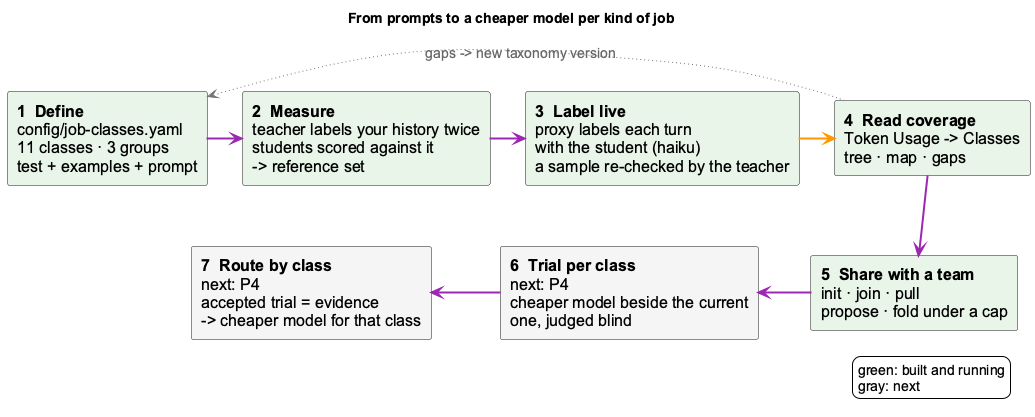
fwornle/coding keeps this PlantUML diagram as docs-content/images/job-class-lifecycle.png. Above is the earlier version. Its diagram source:
```plantuml
@startuml job-class-lifecycle
!include _standard-style.puml
skinparam defaultFontSize 16
skinparam componentFontSize 16
skinparam arrowFontSize 14
skinparam shadowing false
skinparam componentStyle rectangle
hide stereotype
title From prompts to a cheaper model per kind of job

component "**1  Define**\nconfig/job-classes.yaml\n11 classes · 3 groups\ntest + examples + prompt" as define <<core>>
component "**2  Measure**\nteacher labels your history twice\nstudents scored against it\n-> reference set" as measure <<core>>
component "**3  Label live**\nproxy labels each turn\nwith the student (haiku)\na sample re-checked by the teacher" as live <<core>>
component "**4  Read coverage**\nToken Usage -> Classes\ntree · map · gaps" as read <<core>>
component "**5  Share with a team**\ninit · join · pull\npropose · fold under a cap" as share <<core>>
component "**6  Trial per class**\nnext: P4\ncheaper model beside the current\none, judged blind" as trial <<external>>
component "**7  Route by class**\nnext: P4\naccepted trial = evidence\n-> cheaper model for that class" as route <<external>>

define -[#9C27B0,thickness=2]right-> measure
measure -[#9C27B0,thickness=2]right-> live
live -[#FF9800,thickness=2]right-> read
read -[#9C27B0,thickness=2]down-> share
share -[#9C27B0,thickness=2]left-> trial
trial -[#9C27B0,thickness=2]left-> route
define -[hidden]down- route
read -[#757575,thickness=1,dotted,norank]-> define : gaps -> new taxonomy version

legend right
  green: built and running
  gray: next
endlegend
@enduml
```
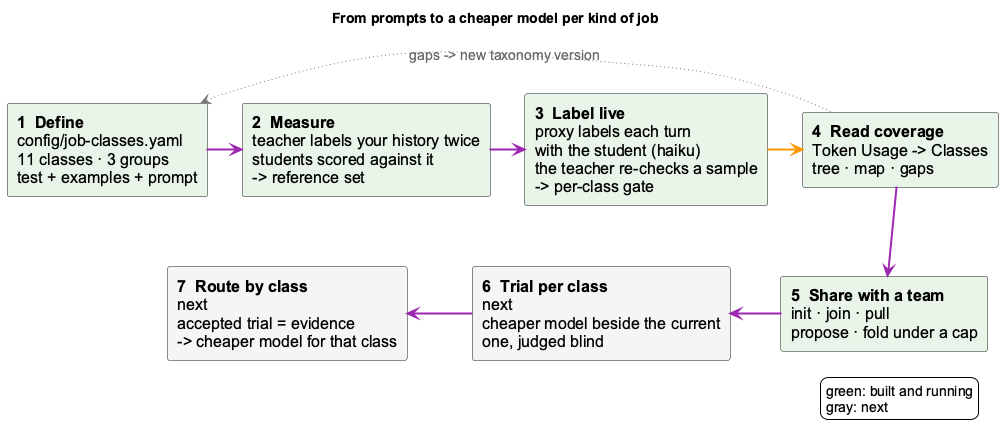
Later version of the same file.

Change to the diagram source:
```diff
@@ -10,11 +10,11 @@
 
 component "**1  Define**\nconfig/job-classes.yaml\n11 classes · 3 groups\ntest + examples + prompt" as define <<core>>
 component "**2  Measure**\nteacher labels your history twice\nstudents scored against it\n-> reference set" as measure <<core>>
-component "**3  Label live**\nproxy labels each turn\nwith the student (haiku)\na sample re-checked by the teacher" as live <<core>>
+component "**3  Label live**\nproxy labels each turn\nwith the student (haiku)\nthe teacher re-checks a sample\n-> per-class gate" as live <<core>>
 component "**4  Read coverage**\nToken Usage -> Classes\ntree · map · gaps" as read <<core>>
 component "**5  Share with a team**\ninit · join · pull\npropose · fold under a cap" as share <<core>>
-component "**6  Trial per class**\nnext: P4\ncheaper model beside the current\none, judged blind" as trial <<external>>
-component "**7  Route by class**\nnext: P4\naccepted trial = evidence\n-> cheaper model for that class" as route <<external>>
+component "**6  Trial per class**\nnext\ncheaper model beside the current\none, judged blind" as trial <<external>>
+component "**7  Route by class**\nnext\naccepted trial = evidence\n-> cheaper model for that class" as route <<external>>
 
 define -[#9C27B0,thickness=2]right-> measure
 measure -[#9C27B0,thickness=2]right-> live
```
